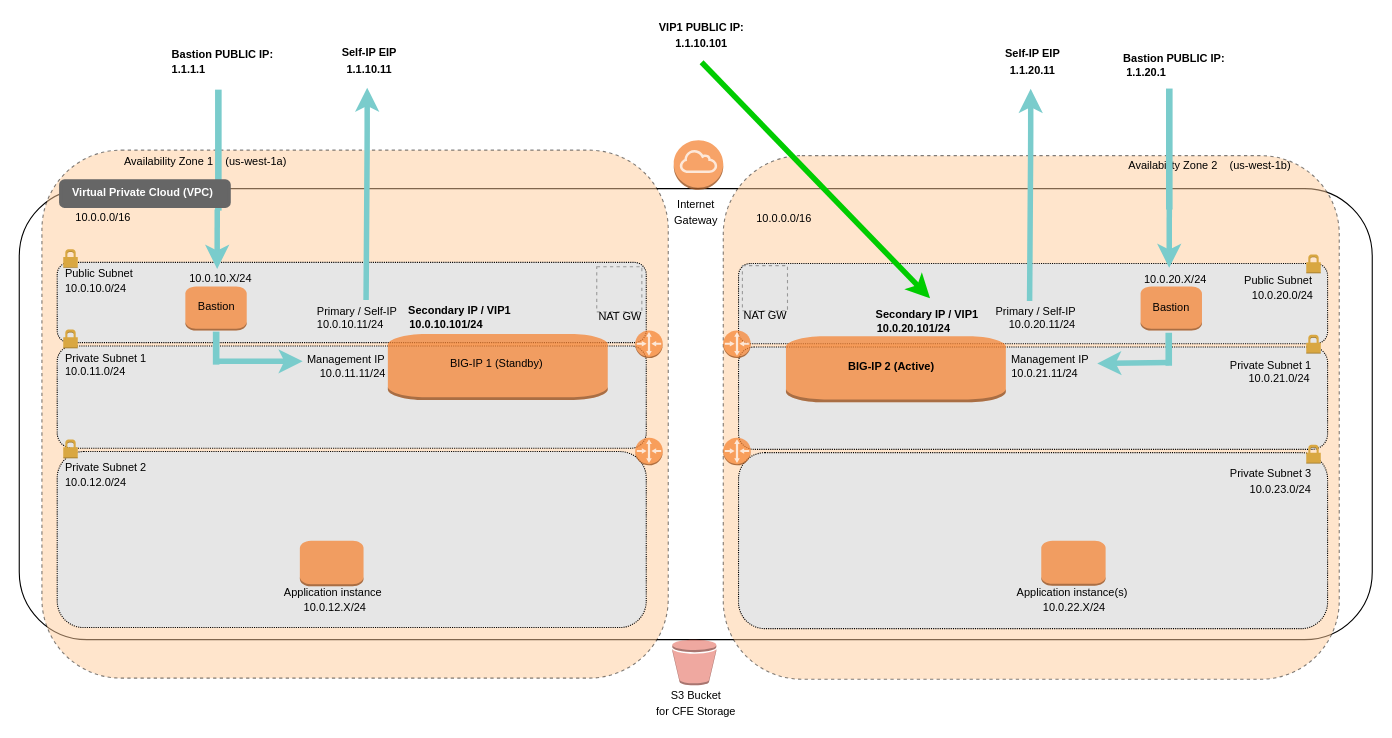
This is docs/images/2NIC-w-bastion-2.drawio from aws-quickstart/quickstart-f5-big-ip-virtual-edition-ha, a draw.io file, before an edit. Source tidied: cells renumbered, new cells numbered last; positions are measured from the earlier drawing's top-left corner, leaving out a move shared by most shapes. Both pictures are drawn from the tidied source at 110%, with x=0, y=0 at pixel (19, 18). Pictures stored in the file or linked from it are replaced by grey dashed boxes.
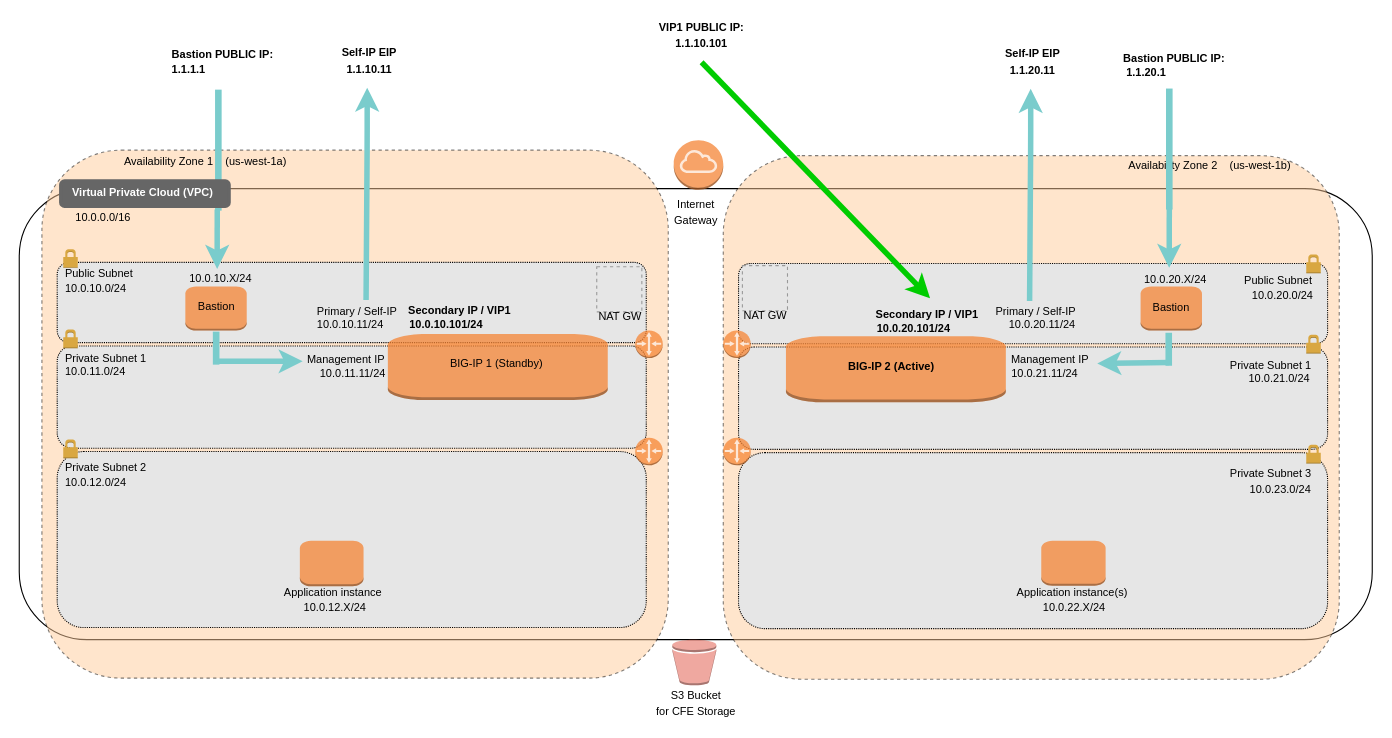
The same page after the edit.

The edit, as a diff of the source:
```diff
@@
-    <mxCell id="49" value="&lt;font style=&quot;font-size: 10px&quot;&gt;10.0.0.0/16&lt;/font&gt;" style="text;html=1;align=center;verticalAlign=middle;" parent="1" vertex="1">
-      <mxGeometry x="660.4" y="172" width="70" height="20" as="geometry" />
-    </mxCell>
```
